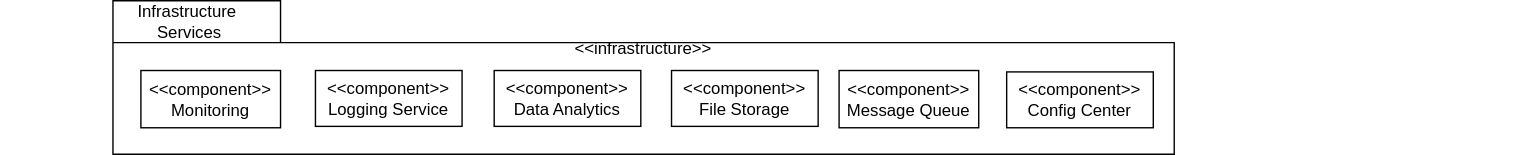
qianlinnian/se_sad_project keeps this draw.io diagram as Assignment2/diagrams/Infrastructure.svg. Above is the earlier version. Source tidied: cells renumbered, new cells last; positions are measured from the earlier drawing's top-left corner, leaving out a move shared by most shapes.
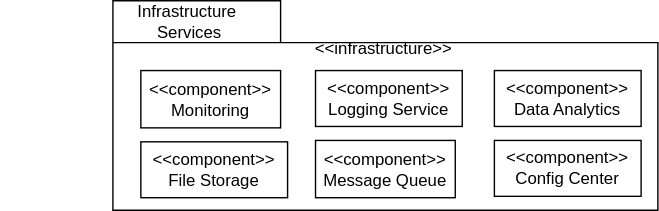
The same diagram one commit later.

The edit, as a diff of the source:
```diff
@@ -2,35 +2,35 @@
   <root>
     <mxCell id="0" />
     <mxCell id="1" parent="0" />
-    <mxCell id="2" style="group;" parent="1" vertex="1">
-      <mxGeometry x="80" width="1005" height="110" as="geometry" />
-    </mxCell>
+    <mxCell id="12" style="group;" parent="1" vertex="1">
+      <mxGeometry x="416" y="-110" width="470" height="150" as="geometry" />
+    </mxCell>
-    <mxCell id="3" style="shape=folder;fontStyle=1;spacingTop=10;tabWidth=120;tabHeight=30;tabPosition=left;html=1;whiteSpace=wrap;" parent="2" vertex="1">
-      <mxGeometry width="760" height="110" as="geometry" />
+    <mxCell id="3" style="shape=folder;fontStyle=1;spacingTop=10;tabWidth=120;tabHeight=30;tabPosition=left;html=1;whiteSpace=wrap;" parent="12" vertex="1">
+      <mxGeometry x="80" width="390" height="150" as="geometry" />
     </mxCell>
-    <mxCell id="4" value="Infrastructure&amp;nbsp;&lt;div&gt;Services&lt;/div&gt;" style="text;html=1;whiteSpace=wrap;strokeColor=none;fillColor=none;align=center;verticalAlign=middle;rounded=0;" parent="2" vertex="1">
-      <mxGeometry x="-80" width="270" height="30" as="geometry" />
+    <mxCell id="4" value="Infrastructure&amp;nbsp;&lt;div&gt;Services&lt;/div&gt;" style="text;html=1;whiteSpace=wrap;strokeColor=none;fillColor=none;align=center;verticalAlign=middle;rounded=0;" parent="12" vertex="1">
+      <mxGeometry width="270" height="30" as="geometry" />
     </mxCell>
-    <mxCell id="5" value="&amp;lt;&amp;lt;infrastructure&amp;gt;&amp;gt;" style="text;html=1;whiteSpace=wrap;strokeColor=none;fillColor=none;align=center;verticalAlign=middle;rounded=0;" parent="2" vertex="1">
-      <mxGeometry y="20" width="760" height="30" as="geometry" />
-    </mxCell>
-    <mxCell id="6" value="&amp;lt;&amp;lt;component&amp;gt;&amp;gt;&lt;br&gt;File Storage" style="rounded=0;whiteSpace=wrap;html=1;" parent="2" vertex="1">
-      <mxGeometry x="400" y="50" width="105" height="40" as="geometry" />
+    <mxCell id="6" value="&amp;lt;&amp;lt;component&amp;gt;&amp;gt;&lt;br&gt;File Storage" style="rounded=0;whiteSpace=wrap;html=1;" parent="12" vertex="1">
+      <mxGeometry x="100" y="101" width="105" height="40" as="geometry" />
     </mxCell>
-    <mxCell id="7" value="&amp;lt;&amp;lt;component&amp;gt;&amp;gt; Data Analytics" style="rounded=0;whiteSpace=wrap;html=1;" parent="2" vertex="1">
-      <mxGeometry x="273" y="50" width="105" height="40" as="geometry" />
+    <mxCell id="7" value="&amp;lt;&amp;lt;component&amp;gt;&amp;gt; Data Analytics" style="rounded=0;whiteSpace=wrap;html=1;" parent="12" vertex="1">
+      <mxGeometry x="353" y="50" width="105" height="40" as="geometry" />
     </mxCell>
-    <mxCell id="8" value="&amp;lt;&amp;lt;component&amp;gt;&amp;gt;&lt;div&gt;Logging Service&lt;/div&gt;" style="rounded=0;whiteSpace=wrap;html=1;" parent="2" vertex="1">
-      <mxGeometry x="145" y="50" width="105" height="40" as="geometry" />
+    <mxCell id="8" value="&amp;lt;&amp;lt;component&amp;gt;&amp;gt;&lt;div&gt;Logging Service&lt;/div&gt;" style="rounded=0;whiteSpace=wrap;html=1;" parent="12" vertex="1">
+      <mxGeometry x="225" y="50" width="105" height="40" as="geometry" />
     </mxCell>
-    <mxCell id="9" value="&amp;lt;&amp;lt;component&amp;gt;&amp;gt; Monitoring" style="rounded=0;whiteSpace=wrap;html=1;" parent="2" vertex="1">
-      <mxGeometry x="20" y="50" width="100" height="41" as="geometry" />
+    <mxCell id="9" value="&amp;lt;&amp;lt;component&amp;gt;&amp;gt; Monitoring" style="rounded=0;whiteSpace=wrap;html=1;" parent="12" vertex="1">
+      <mxGeometry x="100" y="50" width="100" height="41" as="geometry" />
     </mxCell>
-    <mxCell id="10" value="&amp;lt;&amp;lt;component&amp;gt;&amp;gt; Config Center" style="rounded=0;whiteSpace=wrap;html=1;" parent="2" vertex="1">
-      <mxGeometry x="640" y="51" width="105" height="40" as="geometry" />
+    <mxCell id="10" value="&amp;lt;&amp;lt;component&amp;gt;&amp;gt; Config Center" style="rounded=0;whiteSpace=wrap;html=1;" parent="12" vertex="1">
+      <mxGeometry x="353" y="100" width="105" height="40" as="geometry" />
     </mxCell>
-    <mxCell id="11" value="&amp;lt;&amp;lt;component&amp;gt;&amp;gt; Message Queue" style="rounded=0;whiteSpace=wrap;html=1;" parent="2" vertex="1">
-      <mxGeometry x="520" y="50" width="100" height="41" as="geometry" />
+    <mxCell id="11" value="&amp;lt;&amp;lt;component&amp;gt;&amp;gt; Message Queue" style="rounded=0;whiteSpace=wrap;html=1;" parent="12" vertex="1">
+      <mxGeometry x="225" y="100" width="100" height="41" as="geometry" />
     </mxCell>
+    <mxCell id="5" value="&amp;lt;&amp;lt;infrastructure&amp;gt;&amp;gt;" style="text;html=1;whiteSpace=wrap;strokeColor=none;fillColor=none;align=center;verticalAlign=middle;rounded=0;" parent="1" vertex="1">
+      <mxGeometry x="500" y="-90" width="380" height="30" as="geometry" />
+    </mxCell>
   </root>
 </mxGraphModel>
```
